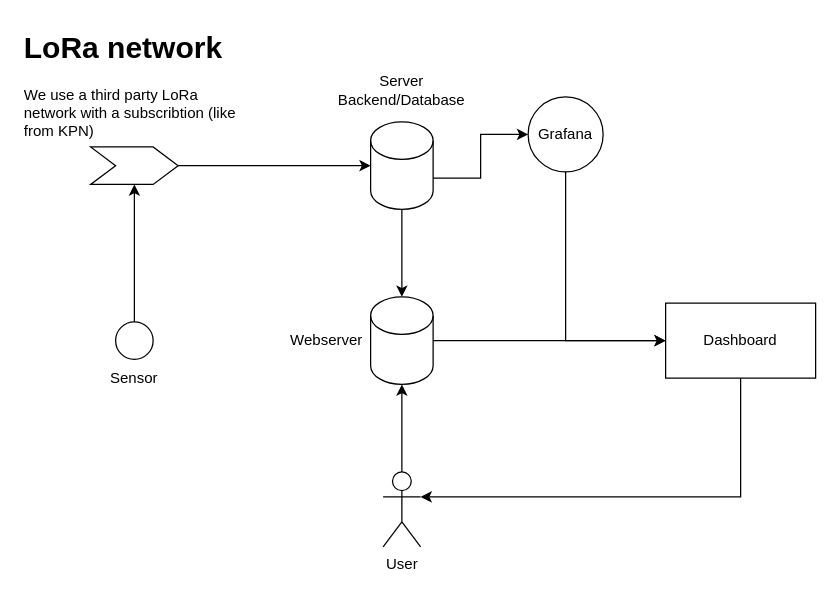
This is architecture.drawio from DenelDuck/drawio, a draw.io file, before an edit. Source tidied: cells renumbered, new cells numbered last; positions are measured from the earlier drawing's top-left corner, leaving out a move shared by most shapes. Both pictures are drawn from the tidied source at 125%, with x=0, y=0 at pixel (21, 21).
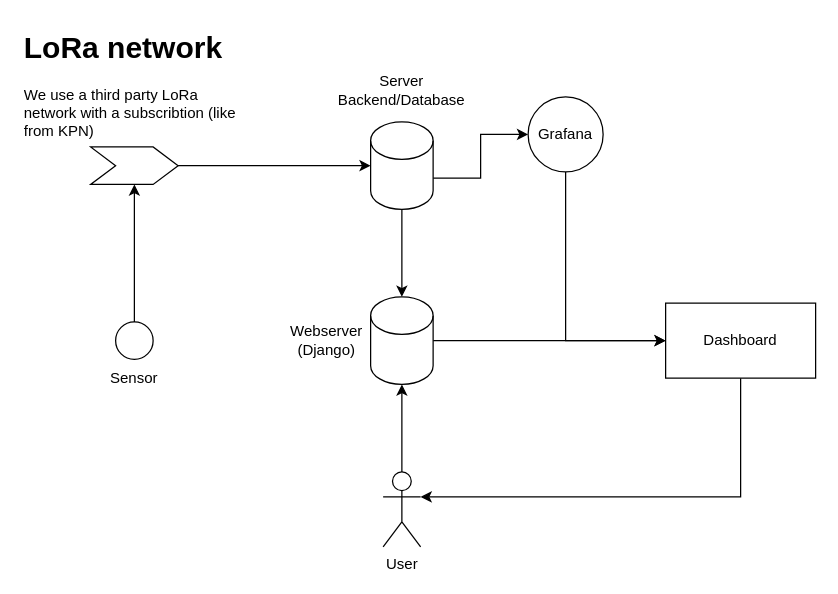
The same diagram, later.

The edit, as a diff of the source:
```diff
@@
-    <mxCell id="16" value="Webserver" style="text;html=1;align=center;verticalAlign=middle;whiteSpace=wrap;rounded=0;" parent="1" vertex="1">
+    <mxCell id="16" value="&lt;div&gt;Webserver&lt;br&gt;(Django)&lt;/div&gt;" style="text;html=1;align=center;verticalAlign=middle;whiteSpace=wrap;rounded=0;" parent="1" vertex="1">
       <mxGeometry x="214" y="240" width="60" height="30" as="geometry" />
     </mxCell>
```
